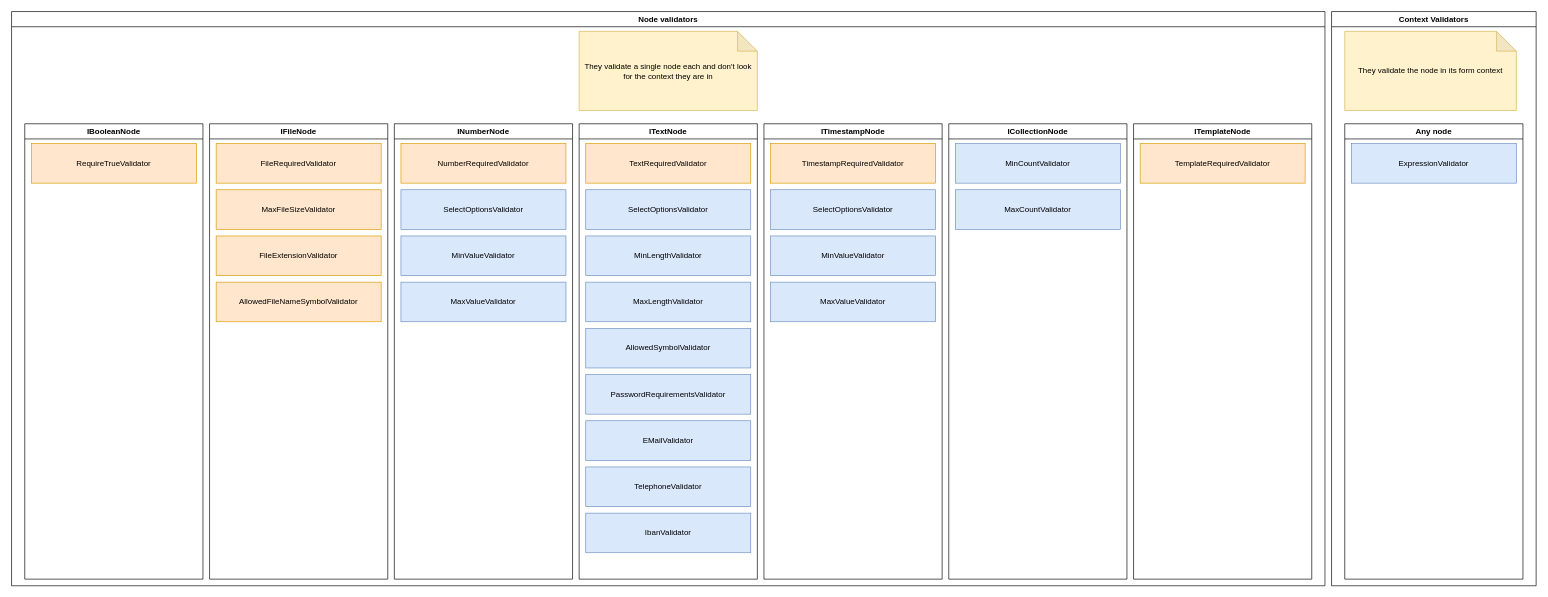
Before: doc/forms-concept/validators.drawio in RGXStorm281/common, a draw.io diagram. Source tidied: cells renumbered, new cells numbered last; positions are measured from the earlier drawing's top-left corner, leaving out a move shared by most shapes. Both pictures are drawn from the tidied source at 66%, with x=0, y=0 at pixel (11, 11).
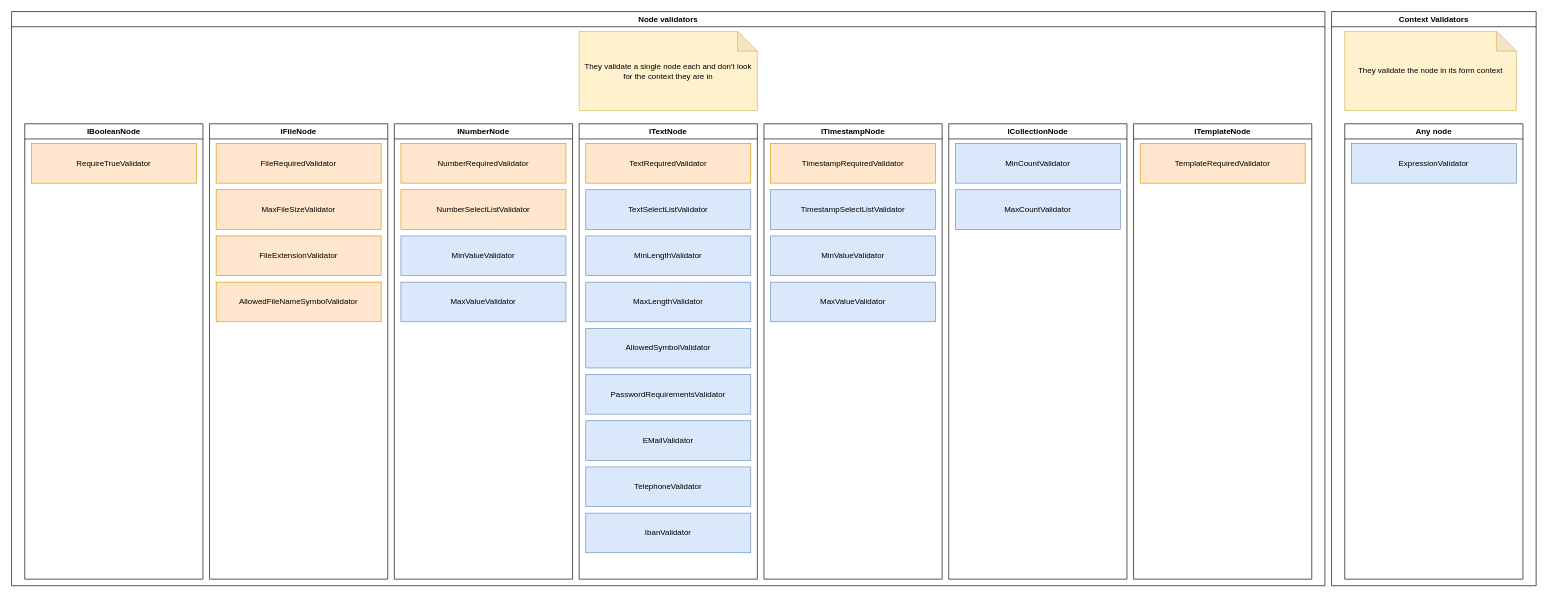
The same page after the edit.

Commit message (it also covers changes not shown here):
Tests for (dependent) number select list validator

Unchanged cells that the change refers to:
```xml
<mxCell id="11" value="INumberNode" style="swimlane;whiteSpace=wrap;html=1;" parent="2" vertex="1">
  <mxGeometry x="580" y="170" width="270" height="690" as="geometry" />
</mxCell>
<mxCell id="16" value="ITextNode" style="swimlane;whiteSpace=wrap;html=1;" parent="2" vertex="1">
  <mxGeometry x="860" y="170" width="270" height="690" as="geometry" />
</mxCell>
<mxCell id="26" value="ITimestampNode" style="swimlane;whiteSpace=wrap;html=1;" parent="2" vertex="1">
  <mxGeometry x="1140" y="170" width="270" height="690" as="geometry" />
</mxCell>
```

Diff of the diagram source:
```diff
@@
-    <mxCell id="15" value="SelectOptionsValidator" style="rounded=0;whiteSpace=wrap;html=1;fillColor=#dae8fc;strokeColor=#6c8ebf;" parent="11" vertex="1">
+    <mxCell id="15" value="Number&lt;span style=&quot;background-color: transparent; color: light-dark(rgb(0, 0, 0), rgb(255, 255, 255));&quot;&gt;SelectListValidator&lt;/span&gt;" style="rounded=0;whiteSpace=wrap;html=1;fillColor=#ffe6cc;strokeColor=#d79b00;" parent="11" vertex="1">
       <mxGeometry x="10" y="100" width="250" height="60" as="geometry" />
     </mxCell>
@@
-    <mxCell id="25" value="SelectOptionsValidator" style="rounded=0;whiteSpace=wrap;html=1;fillColor=#dae8fc;strokeColor=#6c8ebf;" parent="16" vertex="1">
+    <mxCell id="25" value="Text&lt;span style=&quot;background-color: transparent; color: light-dark(rgb(0, 0, 0), rgb(255, 255, 255));&quot;&gt;SelectListValidator&lt;/span&gt;" style="rounded=0;whiteSpace=wrap;html=1;fillColor=#dae8fc;strokeColor=#6c8ebf;" parent="16" vertex="1">
       <mxGeometry x="10" y="100" width="250" height="60" as="geometry" />
     </mxCell>
@@
-    <mxCell id="30" value="SelectOptionsValidator" style="rounded=0;whiteSpace=wrap;html=1;fillColor=#dae8fc;strokeColor=#6c8ebf;" parent="26" vertex="1">
+    <mxCell id="30" value="TimestampSelectListValidator" style="rounded=0;whiteSpace=wrap;html=1;fillColor=#dae8fc;strokeColor=#6c8ebf;" parent="26" vertex="1">
       <mxGeometry x="10" y="100" width="250" height="60" as="geometry" />
     </mxCell>
```
